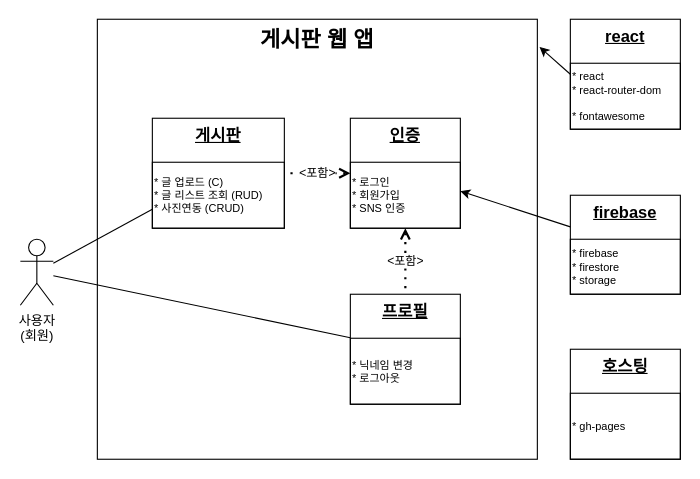
Before: page "Usecase Diagram" (1 of 5) of wtwitter.drawio in euoom/wtwitter, a draw.io diagram. Source tidied: cells renumbered, new cells numbered last; positions are measured from the earlier drawing's top-left corner, leaving out a move shared by most shapes. Both pictures are drawn from the tidied source at 110%, with x=0, y=0 at pixel (20, 19).
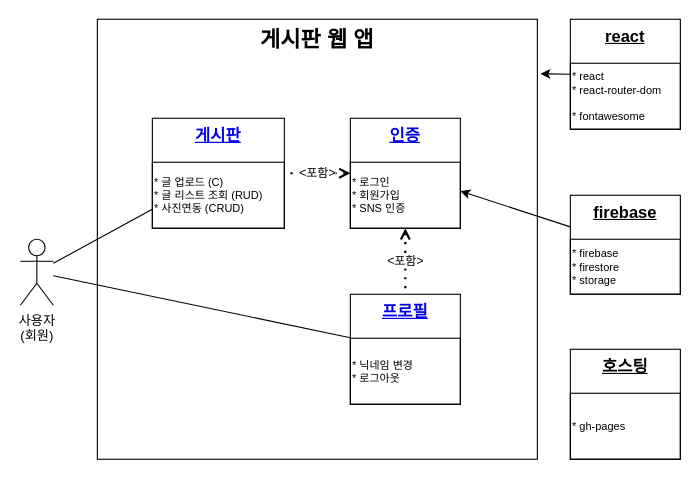
Above is the later version.

Commit message (it also covers changes not shown here):
CD작성, 단어수정 - 클래스 다이어그램 작성 - wTweet -> wTwitte 단어수정

Unchanged cells that the change refers to:
```xml
<mxCell id="2" value="&lt;span style=&quot;font-size: 20px;&quot;&gt;게시판 웹 앱&lt;/span&gt;" style="rounded=0;whiteSpace=wrap;html=1;fillColor=none;verticalAlign=top;fontStyle=1;fontSize=20;" parent="1" vertex="1">
  <mxGeometry x="70" width="400" height="400" as="geometry" />
</mxCell>
<mxCell id="6" value="react" style="rounded=0;whiteSpace=wrap;html=1;fillColor=none;glass=0;verticalAlign=top;fontStyle=5;fontSize=15;" parent="1" vertex="1">
  <mxGeometry x="500" width="100" height="100" as="geometry" />
</mxCell>
```

Diff of the diagram source:
```diff
@@
-    <mxCell id="8" style="endArrow=classic;html=1;rounded=0;exitX=0;exitY=0.5;exitDx=0;exitDy=0;entryX=1.005;entryY=0.063;entryDx=0;entryDy=0;entryPerimeter=0;" parent="1" edge="1" source="6" target="2">
+    <mxCell id="8" style="endArrow=classic;html=1;rounded=0;exitX=0;exitY=0.5;exitDx=0;exitDy=0;entryX=1.007;entryY=0.124;entryDx=0;entryDy=0;entryPerimeter=0;" parent="1" edge="1" source="6" target="2">
       <mxGeometry relative="1" as="geometry" />
     </mxCell>
@@
-    <mxCell id="12" value="게시판" style="whiteSpace=wrap;html=1;verticalAlign=top;fontStyle=5;fontSize=15;" parent="1" vertex="1">
+    <mxCell id="12" value="&lt;a href=&quot;data:page/id,i3wZs3ZD1P14EI6TjjR3&quot;&gt;게시판&lt;/a&gt;" style="whiteSpace=wrap;html=1;verticalAlign=top;fontStyle=5;fontSize=15;" parent="1" vertex="1">
       <mxGeometry x="120" y="90" width="120" height="100" as="geometry" />
     </mxCell>
@@
-    <mxCell id="14" value="프로필" style="whiteSpace=wrap;html=1;verticalAlign=top;fontStyle=5;fontSize=15;" parent="1" vertex="1">
+    <mxCell id="14" value="&lt;a href=&quot;data:page/id,-JMTUTvfr7iSzbt_DAt5&quot;&gt;프로필&lt;/a&gt;" style="whiteSpace=wrap;html=1;verticalAlign=top;fontStyle=5;fontSize=15;" parent="1" vertex="1">
       <mxGeometry x="300" y="250" width="100" height="100" as="geometry" />
     </mxCell>
@@
-    <mxCell id="18" value="인증" style="rounded=0;whiteSpace=wrap;html=1;fillColor=none;glass=0;verticalAlign=top;fontStyle=5;fontSize=15;" parent="1" vertex="1">
+    <mxCell id="18" value="&lt;a href=&quot;data:page/id,FzWzsDu9g3t20pTuYuTG&quot;&gt;인증&lt;/a&gt;" style="rounded=0;whiteSpace=wrap;html=1;fillColor=none;glass=0;verticalAlign=top;fontStyle=5;fontSize=15;" parent="1" vertex="1">
       <mxGeometry x="300" y="90" width="100" height="100" as="geometry" />
     </mxCell>
```
